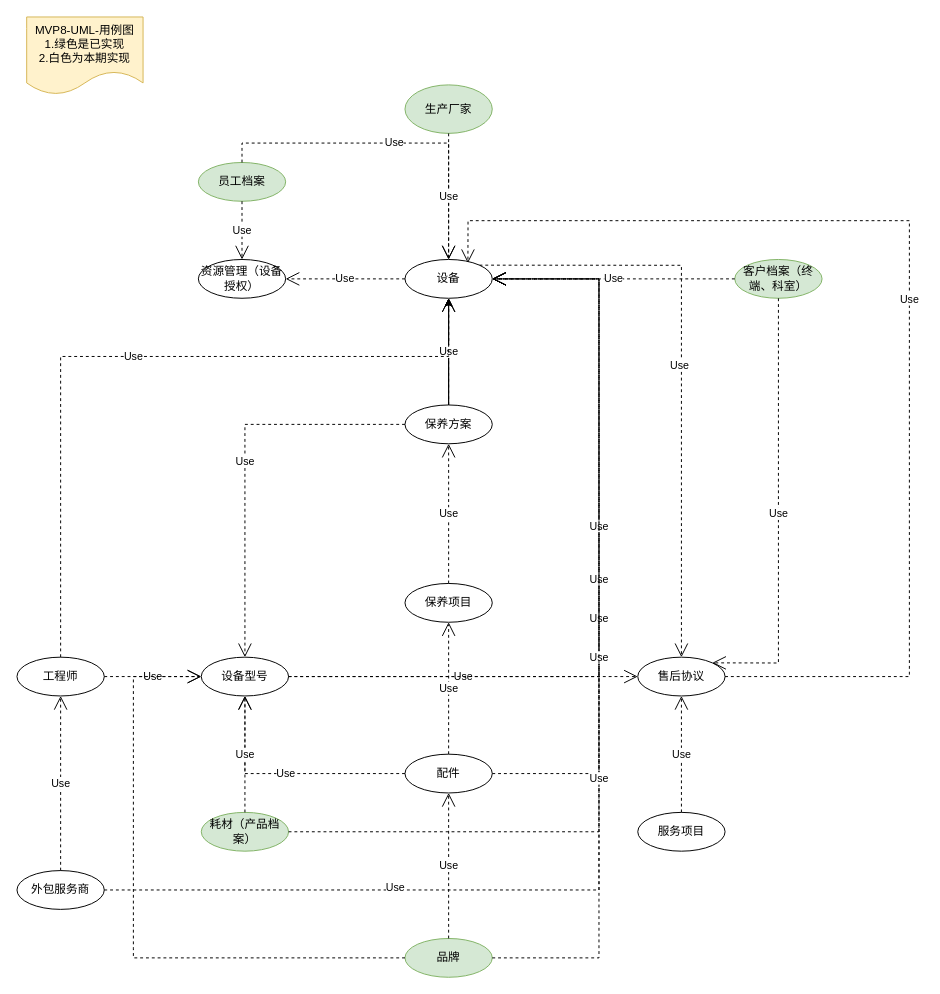
WERNERWAN1/mind keeps this draw.io diagram as uml/Untitled Diagram.drawio. Above is the earlier version. Source tidied: cells renumbered, new cells numbered last; positions are measured from the earlier drawing's top-left corner, leaving out a move shared by most shapes. Both pictures are drawn from the tidied source at 97%, with x=0, y=0 at pixel (16, 16).
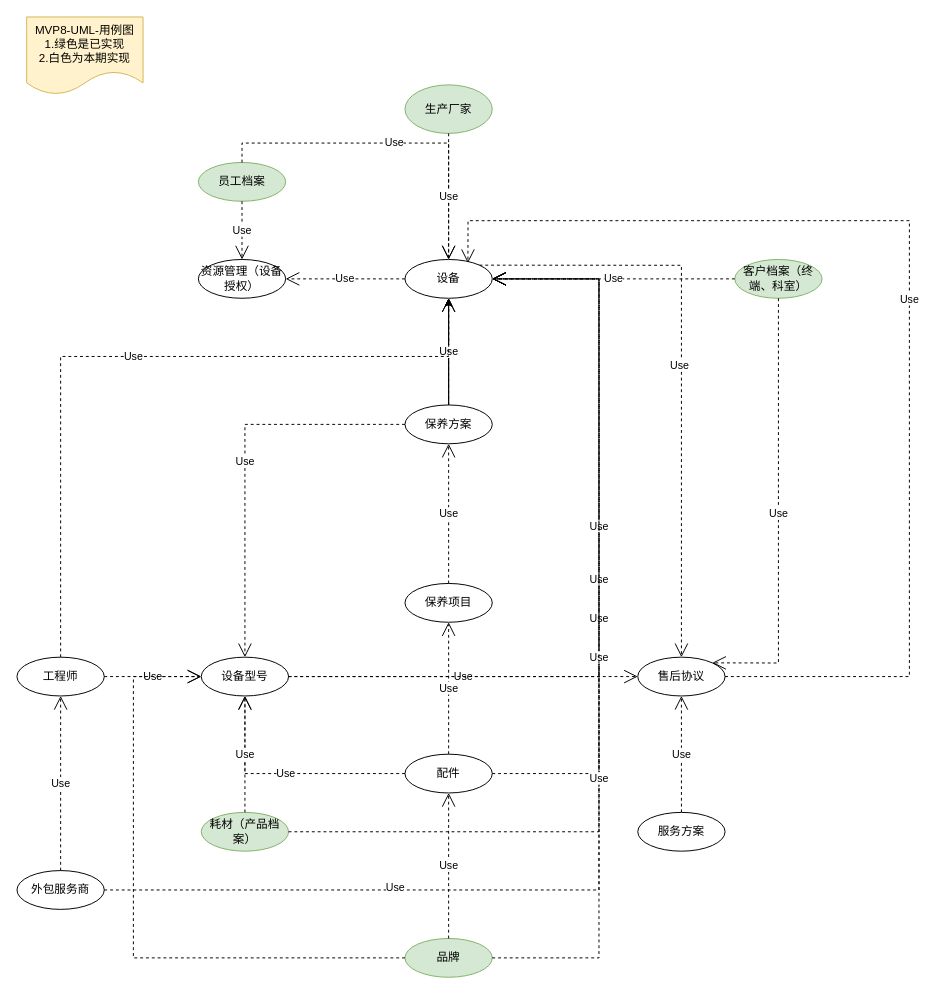
The same diagram, later.

Diff of the diagram source:
```diff
@@
-    <mxCell id="12" value="服务项目" style="ellipse;whiteSpace=wrap;html=1;" parent="1" vertex="1">
+    <mxCell id="12" value="服务方案" style="ellipse;whiteSpace=wrap;html=1;" parent="1" vertex="1">
       <mxGeometry x="640" y="820" width="90" height="40" as="geometry" />
     </mxCell>
```
